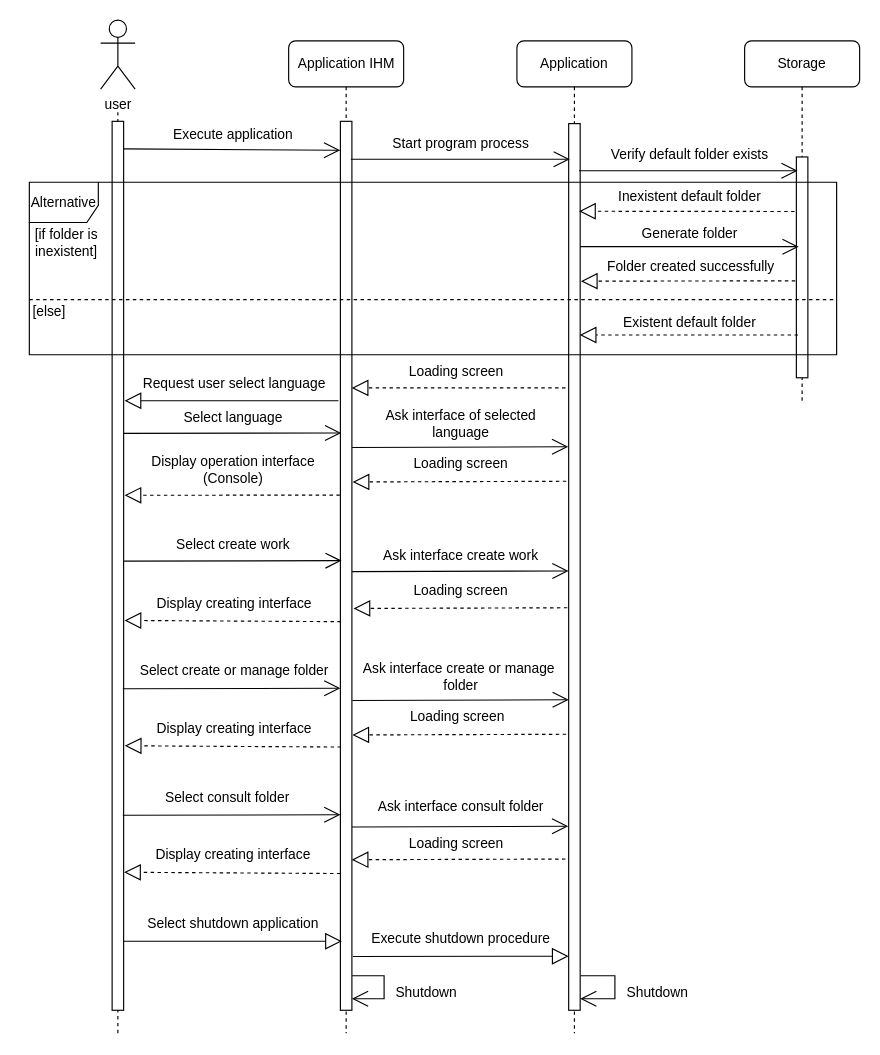
This is console diagram.drawio from Weicheng178/UML, a draw.io file, before an edit. Source tidied: cells renumbered, new cells numbered last; positions are measured from the earlier drawing's top-left corner, leaving out a move shared by most shapes. Both pictures are drawn from the tidied source at 115%, with x=0, y=0 at pixel (20, 20).
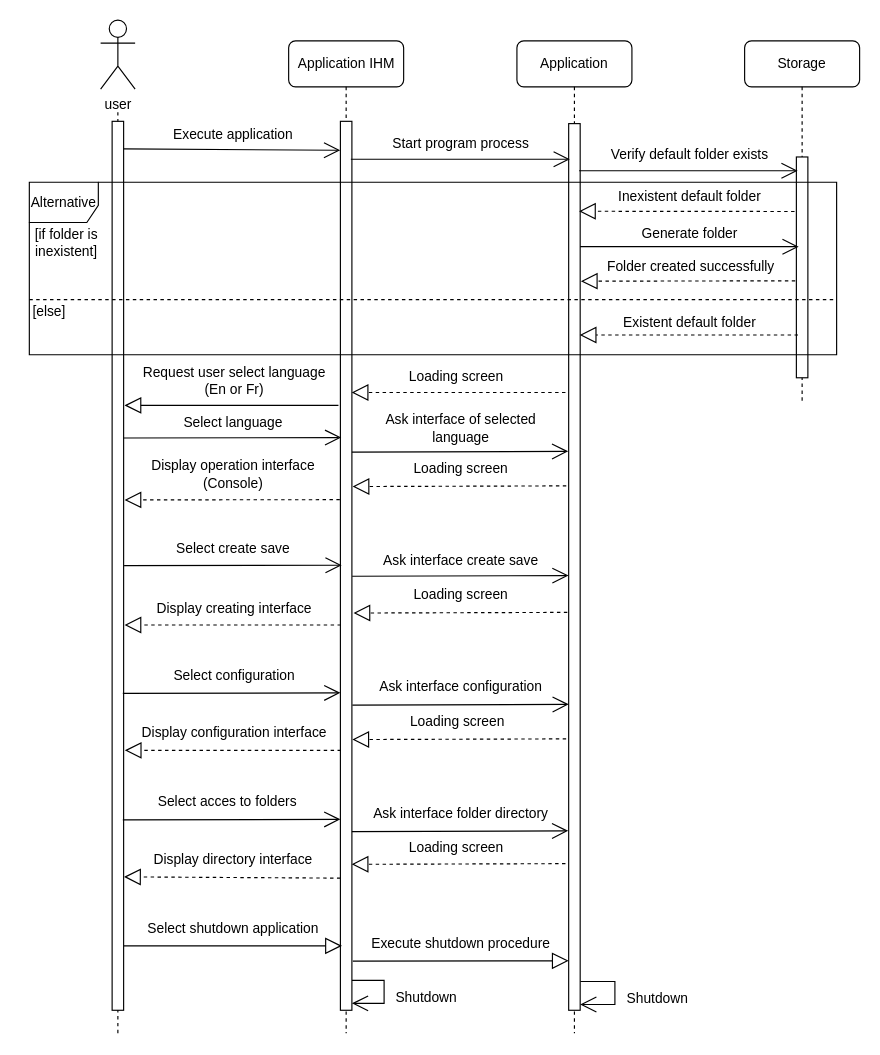
After the change.

Change to the diagram source:
```diff
@@
     <mxCell id="12" style="endArrow=block;dashed=1;endFill=0;endSize=12;html=1;rounded=1;" parent="1" edge="1">
       <mxGeometry relative="1" as="geometry">
-        <mxPoint x="474.2" y="319.8" as="sourcePoint" />
-        <mxPoint x="288.3" y="319.8" as="targetPoint" />
+        <mxPoint x="474.2" y="323.8" as="sourcePoint" />
+        <mxPoint x="288.3" y="323.8" as="targetPoint" />
       </mxGeometry>
     </mxCell>
@@
     <mxCell id="19" style="endArrow=block;dashed=1;endFill=0;endSize=12;html=1;rounded=1;exitX=-0.125;exitY=0.144;exitDx=0;exitDy=0;exitPerimeter=0;" parent="1" edge="1">
       <mxGeometry relative="1" as="geometry">
-        <mxPoint x="278" y="413" as="sourcePoint" />
-        <mxPoint x="90.8" y="413.2" as="targetPoint" />
+        <mxPoint x="278" y="417" as="sourcePoint" />
+        <mxPoint x="90.8" y="417.2" as="targetPoint" />
       </mxGeometry>
     </mxCell>
@@
     <mxCell id="22" value="Loading screen" style="text;html=1;align=center;verticalAlign=middle;strokeColor=none;fillColor=none;rounded=1;" parent="1" vertex="1">
-      <mxGeometry x="324" y="291" width="110" height="30" as="geometry" />
+      <mxGeometry x="324" y="295" width="110" height="30" as="geometry" />
     </mxCell>
@@
     <mxCell id="29" value="Display operation interface&lt;br&gt;(Console)" style="text;html=1;align=center;verticalAlign=middle;strokeColor=none;fillColor=none;rounded=1;" parent="1" vertex="1">
-      <mxGeometry x="100" y="371" width="170" height="40" as="geometry" />
+      <mxGeometry x="100" y="375" width="170" height="40" as="geometry" />
     </mxCell>
@@
     <mxCell id="33" style="endArrow=block;endFill=0;endSize=12;html=1;rounded=1;entryX=-0.106;entryY=0.937;entryDx=0;entryDy=0;entryPerimeter=0;" parent="1" edge="1">
       <mxGeometry relative="1" as="geometry">
-        <mxPoint x="289.3" y="814.2" as="sourcePoint" />
-        <mxPoint x="477" y="814" as="targetPoint" />
+        <mxPoint x="289.3" y="818.2" as="sourcePoint" />
+        <mxPoint x="477" y="818" as="targetPoint" />
       </mxGeometry>
     </mxCell>
     <mxCell id="34" style="endArrow=block;endFill=0;endSize=12;html=1;rounded=1;" parent="1" edge="1">
       <mxGeometry relative="1" as="geometry">
-        <mxPoint x="90.3" y="801" as="sourcePoint" />
-        <mxPoint x="279.8" y="801" as="targetPoint" />
+        <mxPoint x="90.3" y="805" as="sourcePoint" />
+        <mxPoint x="279.8" y="805" as="targetPoint" />
       </mxGeometry>
     </mxCell>
     <mxCell id="35" value="Execute shutdown procedure" style="text;html=1;align=center;verticalAlign=middle;strokeColor=none;fillColor=none;rounded=1;" parent="1" vertex="1">
-      <mxGeometry x="292.8" y="784" width="180" height="30" as="geometry" />
+      <mxGeometry x="292.8" y="788" width="180" height="30" as="geometry" />
     </mxCell>
     <mxCell id="36" value="Shutdown" style="text;html=1;align=center;verticalAlign=middle;strokeColor=none;fillColor=none;rounded=1;" parent="1" vertex="1">
-      <mxGeometry x="313" y="831" width="80" height="30" as="geometry" />
+      <mxGeometry x="313" y="835" width="80" height="30" as="geometry" />
     </mxCell>
     <mxCell id="37" style="endArrow=open;endFill=1;endSize=12;html=1;rounded=0;" parent="1" edge="1">
       <mxGeometry relative="1" as="geometry">
-        <mxPoint x="487.2" y="831" as="sourcePoint" />
-        <mxPoint x="487" y="851" as="targetPoint" />
+        <mxPoint x="487.2" y="836" as="sourcePoint" />
+        <mxPoint x="487" y="856" as="targetPoint" />
         <Array as="points">
-          <mxPoint x="517.2" y="831" />
-          <mxPoint x="517.2" y="851" />
+          <mxPoint x="517.2" y="836" />
+          <mxPoint x="517.2" y="856" />
         </Array>
       </mxGeometry>
     </mxCell>
     <mxCell id="38" value="Shutdown" style="text;html=1;align=center;verticalAlign=middle;strokeColor=none;fillColor=none;rounded=1;" parent="1" vertex="1">
-      <mxGeometry x="514.1" y="831" width="80" height="30" as="geometry" />
+      <mxGeometry x="514.1" y="836" width="80" height="30" as="geometry" />
     </mxCell>
     <mxCell id="39" value="Select shutdown application" style="text;html=1;align=center;verticalAlign=middle;strokeColor=none;fillColor=none;rounded=1;" parent="1" vertex="1">
-      <mxGeometry x="100" y="771" width="170" height="30" as="geometry" />
+      <mxGeometry x="100" y="775" width="170" height="30" as="geometry" />
     </mxCell>
     <mxCell id="40" style="endArrow=open;endFill=1;endSize=12;html=1;rounded=0;" parent="1" edge="1">
       <mxGeometry relative="1" as="geometry">
-        <mxPoint x="288.6" y="831" as="sourcePoint" />
-        <mxPoint x="288.5" y="851" as="targetPoint" />
+        <mxPoint x="288.6" y="835" as="sourcePoint" />
+        <mxPoint x="288.5" y="855" as="targetPoint" />
         <Array as="points">
-          <mxPoint x="316.5" y="831" />
-          <mxPoint x="316.5" y="851" />
+          <mxPoint x="316.5" y="835" />
+          <mxPoint x="316.5" y="855" />
         </Array>
       </mxGeometry>
     </mxCell>
     <mxCell id="41" value="Loading screen" style="text;html=1;align=center;verticalAlign=middle;strokeColor=none;fillColor=none;rounded=1;" parent="1" vertex="1">
-      <mxGeometry x="328" y="481" width="110" height="30" as="geometry" />
+      <mxGeometry x="328" y="485" width="110" height="30" as="geometry" />
     </mxCell>
     <mxCell id="42" style="endArrow=block;dashed=1;endFill=0;endSize=12;html=1;rounded=1;exitX=-0.211;exitY=0.186;exitDx=0;exitDy=0;exitPerimeter=0;" parent="1" edge="1">
       <mxGeometry relative="1" as="geometry">
-        <mxPoint x="475.8" y="511" as="sourcePoint" />
-        <mxPoint x="289.9" y="511.6" as="targetPoint" />
+        <mxPoint x="475.8" y="515" as="sourcePoint" />
+        <mxPoint x="289.9" y="515.6" as="targetPoint" />
       </mxGeometry>
     </mxCell>
-    <mxCell id="43" value="Select create work" style="text;html=1;align=center;verticalAlign=middle;strokeColor=none;fillColor=none;rounded=1;" parent="1" vertex="1">
-      <mxGeometry x="125" y="441" width="120" height="30" as="geometry" />
+    <mxCell id="43" value="Select create save" style="text;html=1;align=center;verticalAlign=middle;strokeColor=none;fillColor=none;rounded=1;" parent="1" vertex="1">
+      <mxGeometry x="125" y="445" width="120" height="30" as="geometry" />
     </mxCell>
     <mxCell id="44" style="endArrow=open;endFill=1;endSize=12;html=1;rounded=1;entryX=0.071;entryY=0.165;entryDx=0;entryDy=0;entryPerimeter=0;" parent="1" edge="1">
       <mxGeometry relative="1" as="geometry">
-        <mxPoint x="90.4" y="470.4" as="sourcePoint" />
-        <mxPoint x="279.6" y="470" as="targetPoint" />
+        <mxPoint x="90.4" y="474.4" as="sourcePoint" />
+        <mxPoint x="279.6" y="474" as="targetPoint" />
       </mxGeometry>
     </mxCell>
     <mxCell id="45" value="Display creating interface" style="text;html=1;align=center;verticalAlign=middle;strokeColor=none;fillColor=none;rounded=1;" parent="1" vertex="1">
-      <mxGeometry x="105.8" y="493" width="160" height="30" as="geometry" />
+      <mxGeometry x="105.8" y="497" width="160" height="30" as="geometry" />
     </mxCell>
-    <mxCell id="46" style="endArrow=block;dashed=1;endFill=0;endSize=12;html=1;rounded=1;exitX=-0.035;exitY=0.198;exitDx=0;exitDy=0;exitPerimeter=0;" parent="1" edge="1">
+    <mxCell id="46" style="endArrow=block;dashed=1;endFill=0;endSize=12;html=1;rounded=1;" parent="1" edge="1">
       <mxGeometry relative="1" as="geometry">
-        <mxPoint x="278.9" y="523.1" as="sourcePoint" />
-        <mxPoint x="90.8" y="522" as="targetPoint" />
+        <mxPoint x="279" y="526" as="sourcePoint" />
+        <mxPoint x="90.8" y="526" as="targetPoint" />
       </mxGeometry>
     </mxCell>
     <mxCell id="47" style="endArrow=open;endFill=1;endSize=12;html=1;rounded=1;entryX=-0.083;entryY=0.173;entryDx=0;entryDy=0;entryPerimeter=0;" parent="1" edge="1">
       <mxGeometry relative="1" as="geometry">
-        <mxPoint x="288.7" y="479.6" as="sourcePoint" />
-        <mxPoint x="476.9" y="479" as="targetPoint" />
+        <mxPoint x="288.7" y="483.6" as="sourcePoint" />
+        <mxPoint x="476.9" y="483" as="targetPoint" />
       </mxGeometry>
     </mxCell>
-    <mxCell id="48" value="Ask interface create work" style="text;html=1;align=center;verticalAlign=middle;strokeColor=none;fillColor=none;rounded=1;" parent="1" vertex="1">
-      <mxGeometry x="302.8" y="451" width="160" height="30" as="geometry" />
+    <mxCell id="48" value="Ask interface create save" style="text;html=1;align=center;verticalAlign=middle;strokeColor=none;fillColor=none;rounded=1;" parent="1" vertex="1">
+      <mxGeometry x="302.8" y="455" width="160" height="30" as="geometry" />
     </mxCell>
     <mxCell id="49" value="Loading screen" style="text;html=1;align=center;verticalAlign=middle;strokeColor=none;fillColor=none;rounded=1;" parent="1" vertex="1">
-      <mxGeometry x="325.2" y="591" width="110" height="30" as="geometry" />
+      <mxGeometry x="325.2" y="595" width="110" height="30" as="geometry" />
     </mxCell>
     <mxCell id="50" style="endArrow=block;dashed=1;endFill=0;endSize=12;html=1;rounded=1;exitX=-0.211;exitY=0.186;exitDx=0;exitDy=0;exitPerimeter=0;" parent="1" edge="1">
       <mxGeometry relative="1" as="geometry">
-        <mxPoint x="474.8" y="621" as="sourcePoint" />
-        <mxPoint x="288.9" y="621.6" as="targetPoint" />
+        <mxPoint x="474.8" y="625" as="sourcePoint" />
+        <mxPoint x="288.9" y="625.6" as="targetPoint" />
       </mxGeometry>
     </mxCell>
-    <mxCell id="51" value="Select create or manage folder" style="text;html=1;align=center;verticalAlign=middle;strokeColor=none;fillColor=none;rounded=1;" parent="1" vertex="1">
-      <mxGeometry x="90.8" y="551" width="190" height="30" as="geometry" />
+    <mxCell id="51" value="Select configuration" style="text;html=1;align=center;verticalAlign=middle;strokeColor=none;fillColor=none;rounded=1;" parent="1" vertex="1">
+      <mxGeometry x="120.8" y="555" width="130" height="30" as="geometry" />
     </mxCell>
     <mxCell id="52" style="endArrow=open;endFill=1;endSize=12;html=1;rounded=1;entryX=0.071;entryY=0.165;entryDx=0;entryDy=0;entryPerimeter=0;" parent="1" edge="1">
       <mxGeometry relative="1" as="geometry">
-        <mxPoint x="89.3" y="581.4" as="sourcePoint" />
-        <mxPoint x="278.5" y="581" as="targetPoint" />
+        <mxPoint x="89.3" y="585.4" as="sourcePoint" />
+        <mxPoint x="278.5" y="585" as="targetPoint" />
       </mxGeometry>
     </mxCell>
-    <mxCell id="53" value="Display creating interface" style="text;html=1;align=center;verticalAlign=middle;strokeColor=none;fillColor=none;rounded=1;" parent="1" vertex="1">
-      <mxGeometry x="105.8" y="601" width="160" height="30" as="geometry" />
+    <mxCell id="53" value="Display configuration&amp;nbsp;interface" style="text;html=1;align=center;verticalAlign=middle;strokeColor=none;fillColor=none;rounded=1;" parent="1" vertex="1">
+      <mxGeometry x="95.8" y="605" width="180" height="30" as="geometry" />
     </mxCell>
-    <mxCell id="54" style="endArrow=block;dashed=1;endFill=0;endSize=12;html=1;rounded=1;exitX=-0.035;exitY=0.198;exitDx=0;exitDy=0;exitPerimeter=0;" parent="1" edge="1">
+    <mxCell id="54" style="endArrow=block;dashed=1;endFill=0;endSize=12;html=1;rounded=1;" parent="1" edge="1">
       <mxGeometry relative="1" as="geometry">
-        <mxPoint x="279" y="632.1" as="sourcePoint" />
-        <mxPoint x="91" y="631" as="targetPoint" />
+        <mxPoint x="279" y="635" as="sourcePoint" />
+        <mxPoint x="91" y="635" as="targetPoint" />
       </mxGeometry>
     </mxCell>
     <mxCell id="55" style="endArrow=open;endFill=1;endSize=12;html=1;rounded=1;entryX=-0.083;entryY=0.173;entryDx=0;entryDy=0;entryPerimeter=0;" parent="1" edge="1">
       <mxGeometry relative="1" as="geometry">
-        <mxPoint x="288.9" y="591.6" as="sourcePoint" />
-        <mxPoint x="477.1" y="591" as="targetPoint" />
+        <mxPoint x="288.9" y="595.6" as="sourcePoint" />
+        <mxPoint x="477.1" y="595" as="targetPoint" />
       </mxGeometry>
     </mxCell>
-    <mxCell id="56" value="Ask interface create or manage&amp;nbsp;&lt;br&gt;folder" style="text;html=1;align=center;verticalAlign=middle;strokeColor=none;fillColor=none;rounded=1;" parent="1" vertex="1">
-      <mxGeometry x="287.8" y="551" width="190" height="40" as="geometry" />
+    <mxCell id="56" value="Ask interface configuration" style="text;html=1;align=center;verticalAlign=middle;strokeColor=none;fillColor=none;rounded=1;" parent="1" vertex="1">
+      <mxGeometry x="302.8" y="565" width="160" height="30" as="geometry" />
     </mxCell>
     <mxCell id="57" value="Loading screen" style="text;html=1;align=center;verticalAlign=middle;strokeColor=none;fillColor=none;rounded=1;" parent="1" vertex="1">
-      <mxGeometry x="324" y="700.5" width="110" height="30" as="geometry" />
+      <mxGeometry x="324" y="704.5" width="110" height="30" as="geometry" />
     </mxCell>
     <mxCell id="58" style="endArrow=block;dashed=1;endFill=0;endSize=12;html=1;rounded=1;exitX=-0.211;exitY=0.186;exitDx=0;exitDy=0;exitPerimeter=0;" parent="1" edge="1">
       <mxGeometry relative="1" as="geometry">
-        <mxPoint x="474.2" y="729.5" as="sourcePoint" />
-        <mxPoint x="288.3" y="730.1" as="targetPoint" />
+        <mxPoint x="474.2" y="733.5" as="sourcePoint" />
+        <mxPoint x="288.3" y="734.1" as="targetPoint" />
       </mxGeometry>
     </mxCell>
-    <mxCell id="59" value="Select consult folder" style="text;html=1;align=center;verticalAlign=middle;strokeColor=none;fillColor=none;rounded=1;" parent="1" vertex="1">
-      <mxGeometry x="115" y="661" width="130" height="30" as="geometry" />
+    <mxCell id="59" value="Select acces to folders" style="text;html=1;align=center;verticalAlign=middle;strokeColor=none;fillColor=none;rounded=1;" parent="1" vertex="1">
+      <mxGeometry x="110" y="665" width="140" height="30" as="geometry" />
     </mxCell>
     <mxCell id="60" style="endArrow=open;endFill=1;endSize=12;html=1;rounded=1;entryX=0.071;entryY=0.165;entryDx=0;entryDy=0;entryPerimeter=0;" parent="1" edge="1">
       <mxGeometry relative="1" as="geometry">
-        <mxPoint x="89.3" y="691.4" as="sourcePoint" />
-        <mxPoint x="278.5" y="691" as="targetPoint" />
+        <mxPoint x="89.3" y="695.4" as="sourcePoint" />
+        <mxPoint x="278.5" y="695" as="targetPoint" />
       </mxGeometry>
     </mxCell>
-    <mxCell id="61" value="Display creating interface" style="text;html=1;align=center;verticalAlign=middle;strokeColor=none;fillColor=none;rounded=1;" parent="1" vertex="1">
-      <mxGeometry x="105" y="711" width="160" height="30" as="geometry" />
+    <mxCell id="61" value="Display directory interface" style="text;html=1;align=center;verticalAlign=middle;strokeColor=none;fillColor=none;rounded=1;" parent="1" vertex="1">
+      <mxGeometry x="105" y="715" width="160" height="30" as="geometry" />
     </mxCell>
     <mxCell id="62" style="endArrow=block;dashed=1;endFill=0;endSize=12;html=1;rounded=1;exitX=-0.035;exitY=0.198;exitDx=0;exitDy=0;exitPerimeter=0;" parent="1" edge="1">
       <mxGeometry relative="1" as="geometry">
-        <mxPoint x="278.5" y="742.1" as="sourcePoint" />
-        <mxPoint x="90.4" y="741" as="targetPoint" />
+        <mxPoint x="278.5" y="746.1" as="sourcePoint" />
+        <mxPoint x="90.4" y="745" as="targetPoint" />
       </mxGeometry>
     </mxCell>
     <mxCell id="63" style="endArrow=open;endFill=1;endSize=12;html=1;rounded=1;entryX=-0.083;entryY=0.173;entryDx=0;entryDy=0;entryPerimeter=0;" parent="1" edge="1">
       <mxGeometry relative="1" as="geometry">
-        <mxPoint x="288.5" y="701.6" as="sourcePoint" />
-        <mxPoint x="476.6" y="701" as="targetPoint" />
+        <mxPoint x="288.5" y="705.6" as="sourcePoint" />
+        <mxPoint x="476.6" y="705" as="targetPoint" />
       </mxGeometry>
     </mxCell>
-    <mxCell id="64" value="Ask interface consult folder" style="text;html=1;align=center;verticalAlign=middle;strokeColor=none;fillColor=none;rounded=1;" parent="1" vertex="1">
-      <mxGeometry x="297.8" y="668.5" width="170" height="30" as="geometry" />
+    <mxCell id="64" value="Ask interface folder directory" style="text;html=1;align=center;verticalAlign=middle;strokeColor=none;fillColor=none;rounded=1;" parent="1" vertex="1">
+      <mxGeometry x="292.8" y="674.5" width="180" height="30" as="geometry" />
     </mxCell>
-    <mxCell id="65" value="Request user select language" style="text;html=1;align=center;verticalAlign=middle;strokeColor=none;fillColor=none;rounded=1;" parent="1" vertex="1">
-      <mxGeometry x="95.8" y="301" width="180" height="30" as="geometry" />
+    <mxCell id="65" value="Request user select language&lt;br&gt;(En or Fr)" style="text;html=1;align=center;verticalAlign=middle;strokeColor=none;fillColor=none;rounded=1;" parent="1" vertex="1">
+      <mxGeometry x="95.8" y="294" width="180" height="40" as="geometry" />
     </mxCell>
     <mxCell id="66" style="endArrow=block;endFill=0;endSize=12;html=1;rounded=1;" parent="1" edge="1">
       <mxGeometry relative="1" as="geometry">
-        <mxPoint x="276.8" y="331" as="sourcePoint" />
-        <mxPoint x="90.8" y="331" as="targetPoint" />
+        <mxPoint x="276.8" y="335" as="sourcePoint" />
+        <mxPoint x="90.8" y="335" as="targetPoint" />
       </mxGeometry>
     </mxCell>
     <mxCell id="67" value="Select language" style="text;html=1;align=center;verticalAlign=middle;strokeColor=none;fillColor=none;rounded=1;" parent="1" vertex="1">
-      <mxGeometry x="130" y="331" width="110" height="30" as="geometry" />
+      <mxGeometry x="130" y="335" width="110" height="30" as="geometry" />
     </mxCell>
     <mxCell id="68" style="endArrow=open;endFill=1;endSize=12;html=1;rounded=1;entryX=0.071;entryY=0.165;entryDx=0;entryDy=0;entryPerimeter=0;" parent="1" edge="1">
       <mxGeometry relative="1" as="geometry">
-        <mxPoint x="90" y="359.4" as="sourcePoint" />
-        <mxPoint x="279.2" y="359" as="targetPoint" />
+        <mxPoint x="90" y="363.4" as="sourcePoint" />
+        <mxPoint x="279.2" y="363" as="targetPoint" />
       </mxGeometry>
     </mxCell>
     <mxCell id="69" value="Loading screen" style="text;html=1;align=center;verticalAlign=middle;strokeColor=none;fillColor=none;rounded=1;" parent="1" vertex="1">
-      <mxGeometry x="327.8" y="371" width="110" height="30" as="geometry" />
+      <mxGeometry x="327.8" y="375" width="110" height="30" as="geometry" />
     </mxCell>
     <mxCell id="70" style="endArrow=block;dashed=1;endFill=0;endSize=12;html=1;rounded=1;exitX=-0.211;exitY=0.186;exitDx=0;exitDy=0;exitPerimeter=0;" parent="1" edge="1">
       <mxGeometry relative="1" as="geometry">
-        <mxPoint x="474.9" y="401" as="sourcePoint" />
-        <mxPoint x="289.1" y="401.6" as="targetPoint" />
+        <mxPoint x="474.9" y="405" as="sourcePoint" />
+        <mxPoint x="289.1" y="405.6" as="targetPoint" />
       </mxGeometry>
     </mxCell>
     <mxCell id="71" style="endArrow=open;endFill=1;endSize=12;html=1;rounded=1;entryX=-0.083;entryY=0.173;entryDx=0;entryDy=0;entryPerimeter=0;" parent="1" edge="1">
       <mxGeometry relative="1" as="geometry">
-        <mxPoint x="288.5" y="371.6" as="sourcePoint" />
-        <mxPoint x="476.6" y="371" as="targetPoint" />
+        <mxPoint x="288.5" y="375.6" as="sourcePoint" />
+        <mxPoint x="476.6" y="375" as="targetPoint" />
       </mxGeometry>
     </mxCell>
     <mxCell id="72" value="Ask interface of selected &lt;br&gt;language" style="text;html=1;align=center;verticalAlign=middle;strokeColor=none;fillColor=none;rounded=1;" parent="1" vertex="1">
-      <mxGeometry x="307.8" y="331" width="150" height="40" as="geometry" />
+      <mxGeometry x="307.8" y="335" width="150" height="40" as="geometry" />
     </mxCell>
```
